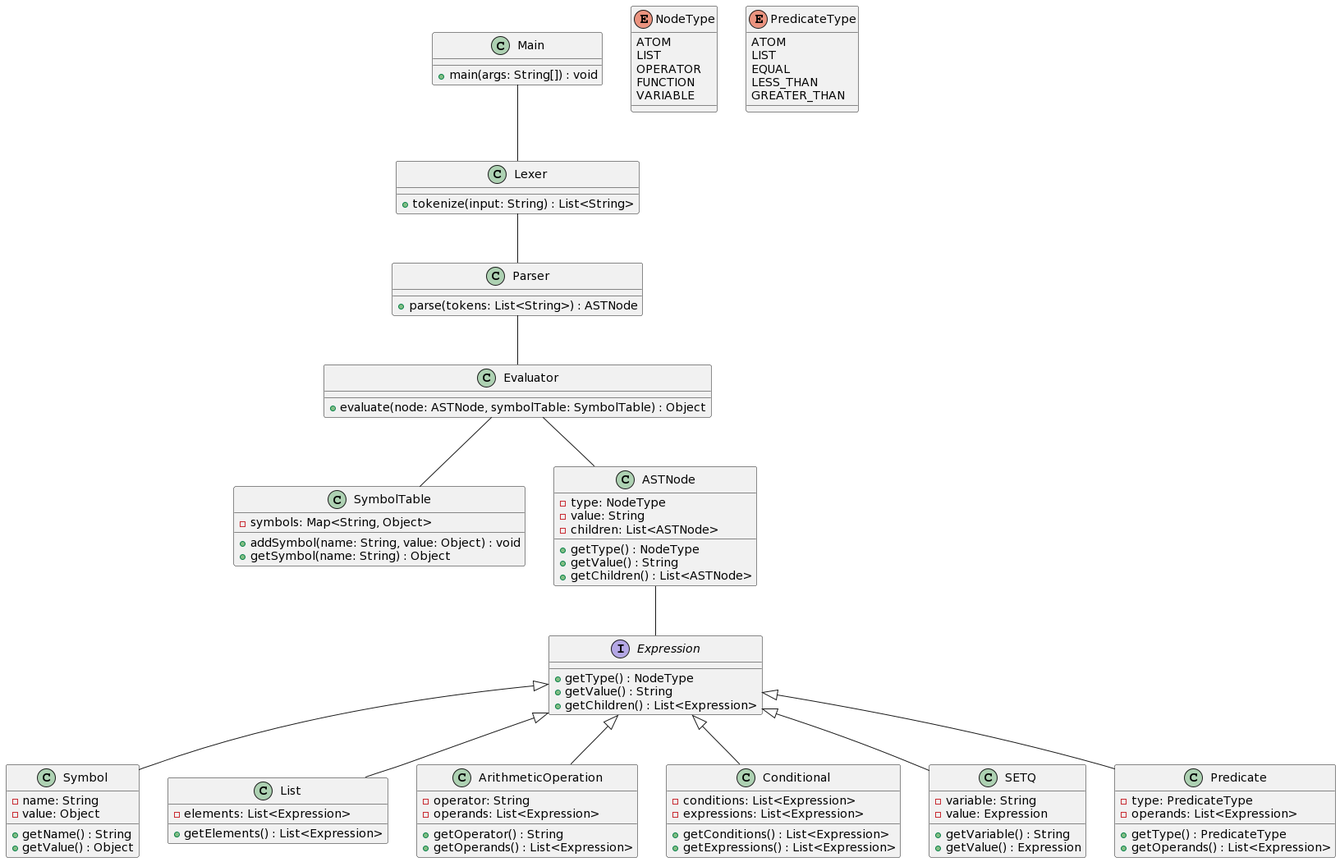
Before: UML.png, a diagram exported from PlantUML (donaditoUVG/ProyectoLispAED).
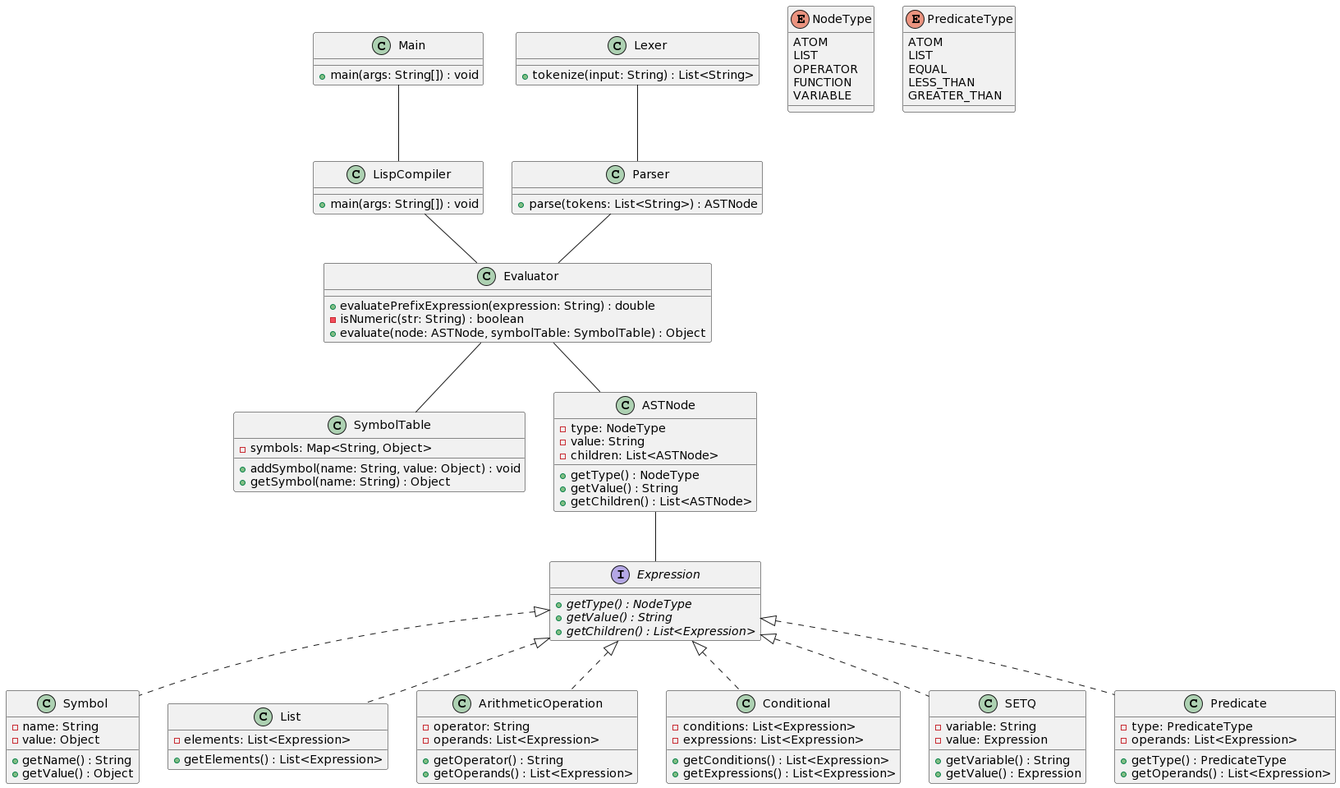
Later version of the same file.

What changed in the source:
```diff
@@ -1,13 +1,25 @@
 @startuml
 interface Expression {
-    + getType() : NodeType
-    + getValue() : String
-    + getChildren() : List<Expression>
+    {abstract} + getType() : NodeType
+    {abstract} + getValue() : String
+    {abstract} + getChildren() : List<Expression>
 }
 
 class Main {
     + main(args: String[]) : void
 }
+
+class LispCompiler {
+    + main(args: String[]) : void
+}
+
+class Evaluator {
+    + evaluatePrefixExpression(expression: String) : double
+    - isNumeric(str: String) : boolean
+}
+
+Main -- LispCompiler
+LispCompiler -- Evaluator
 
 class Lexer {
     + tokenize(input: String) : List<String>
@@ -17,14 +29,14 @@
     + parse(tokens: List<String>) : ASTNode
 }
 
-class Evaluator {
-    + evaluate(node: ASTNode, symbolTable: SymbolTable) : Object
-}
-
 class SymbolTable {
     - symbols: Map<String, Object>
     + addSymbol(name: String, value: Object) : void
     + getSymbol(name: String) : Object
+}
+
+class Evaluator {
+    + evaluate(node: ASTNode, symbolTable: SymbolTable) : Object
 }
 
 class ASTNode {
@@ -92,16 +104,15 @@
     GREATER_THAN
 }
 
-Main -- Lexer
 Lexer -- Parser
 Parser -- Evaluator
 Evaluator -- SymbolTable
 Evaluator -- ASTNode
 ASTNode -- Expression
-Expression <|-- Symbol
-Expression <|-- List
-Expression <|-- ArithmeticOperation
-Expression <|-- Conditional
-Expression <|-- SETQ
-Expression <|-- Predicate
+Expression <|.. Symbol
+Expression <|.. List
+Expression <|.. ArithmeticOperation
+Expression <|.. Conditional
+Expression<|..SETQ
+Expression<|..Predicate
 @enduml
```
